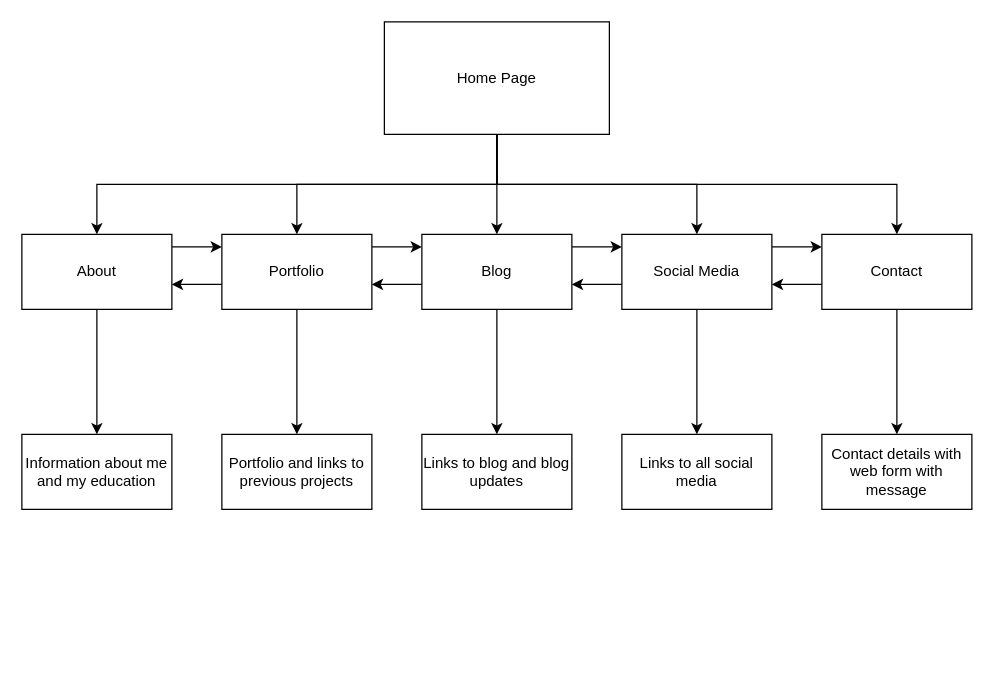
Before: Diagram.drawio in cameronjohn89/Coder-Main, a draw.io diagram. Source tidied: cells renumbered, new cells numbered last; positions are measured from the earlier drawing's top-left corner, leaving out a move shared by most shapes. Both pictures are drawn from the tidied source at 125%, with x=0, y=0 at pixel (21, 21).
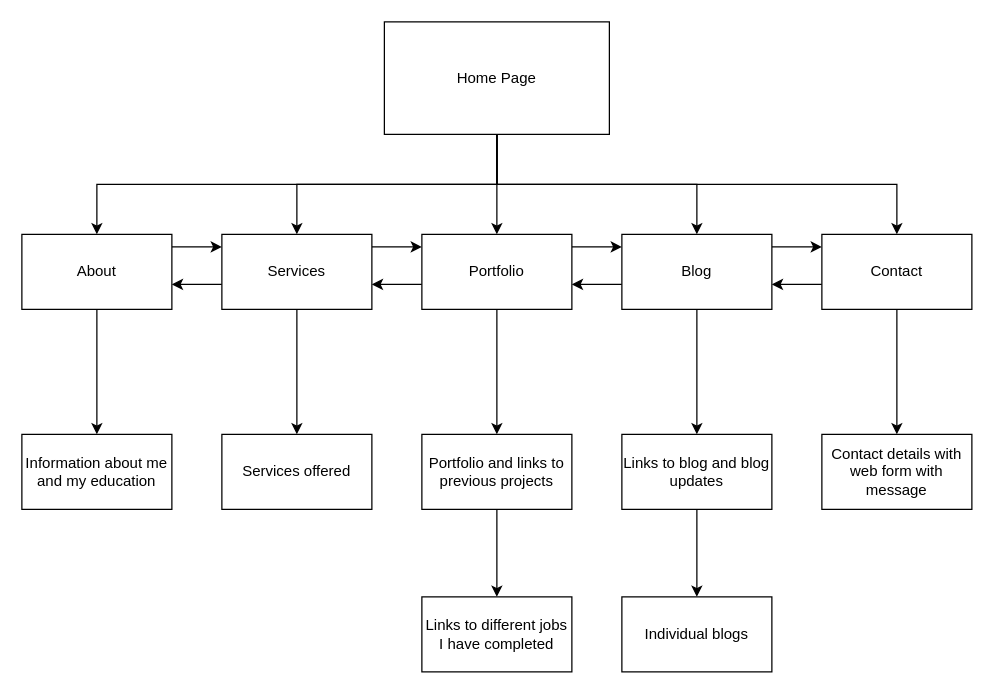
The same diagram, later.

Change to the diagram source:
```diff
@@
-    <mxCell id="11" value="Portfolio" style="rounded=0;whiteSpace=wrap;html=1;" parent="1" vertex="1">
+    <mxCell id="11" value="Services" style="rounded=0;whiteSpace=wrap;html=1;" parent="1" vertex="1">
       <mxGeometry x="160" y="170" width="120" height="60" as="geometry" />
     </mxCell>
@@
-    <mxCell id="18" value="Social Media" style="rounded=0;whiteSpace=wrap;html=1;" parent="1" vertex="1">
+    <mxCell id="18" value="Blog" style="rounded=0;whiteSpace=wrap;html=1;" parent="1" vertex="1">
       <mxGeometry x="480" y="170" width="120" height="60" as="geometry" />
     </mxCell>
@@
-    <mxCell id="22" value="Blog" style="rounded=0;whiteSpace=wrap;html=1;" parent="1" vertex="1">
+    <mxCell id="22" value="Portfolio" style="rounded=0;whiteSpace=wrap;html=1;" parent="1" vertex="1">
       <mxGeometry x="320" y="170" width="120" height="60" as="geometry" />
     </mxCell>
@@
+    <mxCell id="31" style="edgeStyle=none;html=1;" parent="1" edge="1" source="26" target="34">
+      <mxGeometry relative="1" as="geometry" />
+    </mxCell>
-    <mxCell id="26" value="Links to blog and blog updates" style="rounded=0;whiteSpace=wrap;html=1;" parent="1" vertex="1">
+    <mxCell id="26" value="Portfolio and links to previous projects" style="rounded=0;whiteSpace=wrap;html=1;" parent="1" vertex="1">
       <mxGeometry x="320" y="330" width="120" height="60" as="geometry" />
     </mxCell>
+    <mxCell id="32" style="edgeStyle=none;html=1;" parent="1" edge="1" source="27" target="33">
+      <mxGeometry relative="1" as="geometry" />
+    </mxCell>
-    <mxCell id="27" value="Links to all social media" style="rounded=0;whiteSpace=wrap;html=1;" parent="1" vertex="1">
+    <mxCell id="27" value="Links to blog and blog updates" style="rounded=0;whiteSpace=wrap;html=1;" parent="1" vertex="1">
       <mxGeometry x="480" y="330" width="120" height="60" as="geometry" />
     </mxCell>
@@
-    <mxCell id="29" value="Portfolio and links to previous projects" style="rounded=0;whiteSpace=wrap;html=1;" parent="1" vertex="1">
+    <mxCell id="29" value="Services offered" style="rounded=0;whiteSpace=wrap;html=1;" parent="1" vertex="1">
       <mxGeometry x="160" y="330" width="120" height="60" as="geometry" />
     </mxCell>
@@
+    <mxCell id="33" value="Individual blogs" style="rounded=0;whiteSpace=wrap;html=1;" parent="1" vertex="1">
+      <mxGeometry x="480" y="460" width="120" height="60" as="geometry" />
+    </mxCell>
+    <mxCell id="34" value="Links to different jobs I have completed" style="rounded=0;whiteSpace=wrap;html=1;" parent="1" vertex="1">
+      <mxGeometry x="320" y="460" width="120" height="60" as="geometry" />
+    </mxCell>
```
